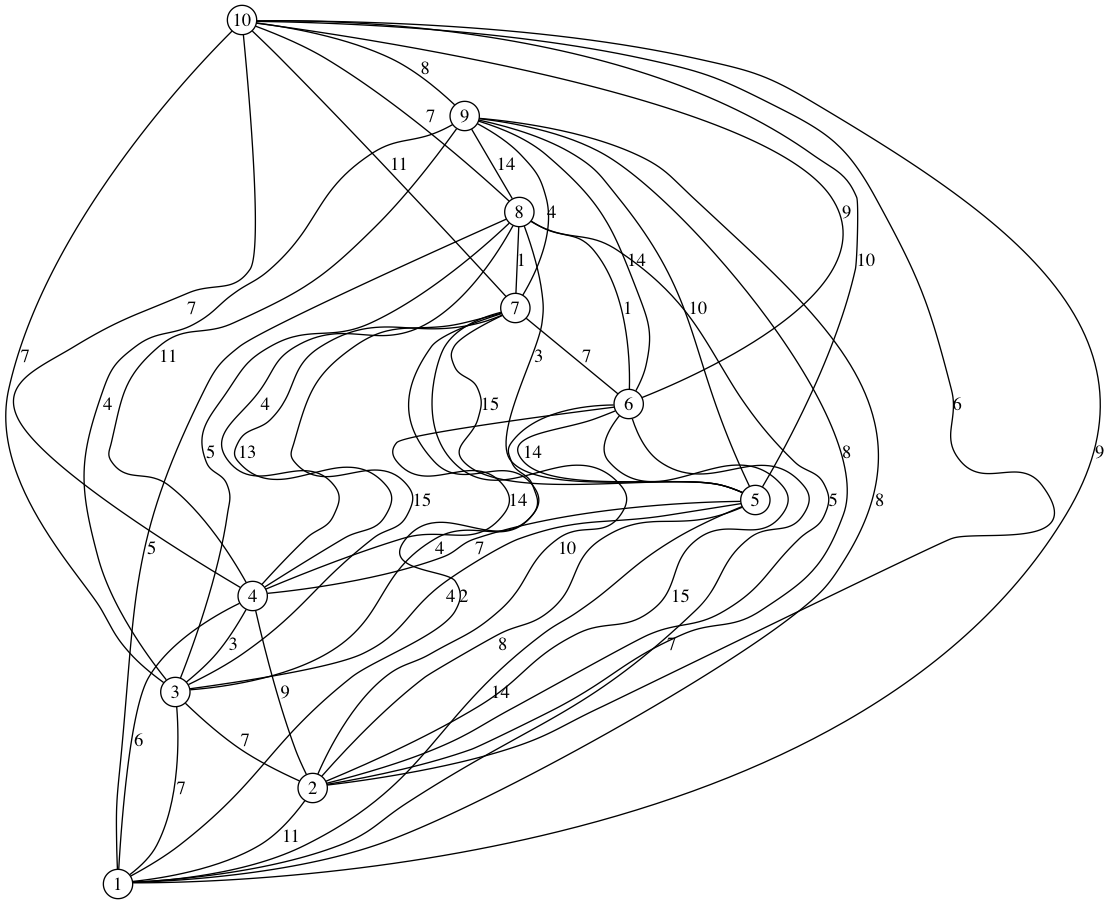
Above: graph.png in yuichiro12/GraphGenerator (Graphviz), before the change. Its source is kept beside it as graph.dot.
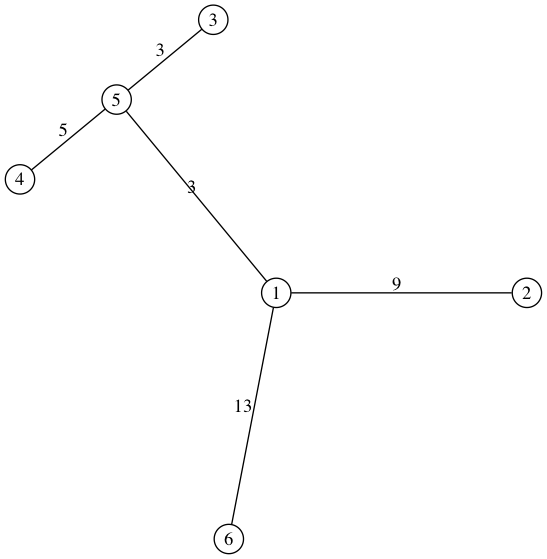
After the change.

Commit message:
add generated graph image on the panel

What changed in the source:
```diff
@@ -1,5 +1,5 @@
 graph {
-	graph [shape = dot, splines = true];
+	graph [splines = true];
 	edge [arrowsize = 0.5, arrowhead = vee];
 	node [shape = circle, fixedsize = true,  width = 0.3];
 	1 [label = 1];
@@ -8,53 +8,9 @@
 	4 [label = 4];
 	5 [label = 5];
 	6 [label = 6];
-	7 [label = 7];
-	8 [label = 8];
-	9 [label = 9];
-	10 [label = 10];
-	2 -- 1 [label = 11, weight = 0];
-	3 -- 1 [label = 7, weight = 0];
-	3 -- 2 [label = 7, weight = 0];
-	4 -- 1 [label = 6, weight = 0];
-	4 -- 2 [label = 9, weight = 0];
-	4 -- 3 [label = 3, weight = 0];
-	5 -- 1 [label = 14, weight = 0];
-	5 -- 2 [label = 8, weight = 0];
-	5 -- 3 [label = 4, weight = 0];
-	5 -- 4 [label = 7, weight = 0];
-	6 -- 1 [label = 7, weight = 0];
-	6 -- 2 [label = 15, weight = 0];
-	6 -- 3 [label = 4, weight = 0];
-	6 -- 4 [label = 14, weight = 0];
-	6 -- 5 [label = 14, weight = 0];
-	7 -- 1 [label = 2, weight = 0];
-	7 -- 2 [label = 10, weight = 0];
-	7 -- 3 [label = 15, weight = 0];
-	7 -- 4 [label = 13, weight = 0];
-	7 -- 5 [label = 15, weight = 0];
-	7 -- 6 [label = 7, weight = 0];
-	8 -- 1 [label = 5, weight = 0];
-	8 -- 2 [label = 5, weight = 0];
-	8 -- 3 [label = 5, weight = 0];
-	8 -- 4 [label = 4, weight = 0];
-	8 -- 5 [label = 3, weight = 0];
-	8 -- 6 [label = 1, weight = 1];
-	8 -- 7 [label = 1, weight = 1];
-	9 -- 1 [label = 8, weight = 0];
-	9 -- 2 [label = 8, weight = 0];
-	9 -- 3 [label = 4, weight = 0];
-	9 -- 4 [label = 11, weight = 0];
-	9 -- 5 [label = 10, weight = 0];
-	9 -- 6 [label = 14, weight = 0];
-	9 -- 7 [label = 4, weight = 0];
-	9 -- 8 [label = 14, weight = 0];
-	10 -- 1 [label = 9, weight = 0];
-	10 -- 2 [label = 6, weight = 0];
-	10 -- 3 [label = 7, weight = 0];
-	10 -- 4 [label = 7, weight = 0];
-	10 -- 5 [label = 10, weight = 0];
-	10 -- 6 [label = 9, weight = 0];
-	10 -- 7 [label = 11, weight = 0];
-	10 -- 8 [label = 7, weight = 0];
-	10 -- 9 [label = 8, weight = 0];
+	1 -- 5 [label = 3, weight = 0];
+	5 -- 4 [label = 5, weight = 0];
+	5 -- 3 [label = 3, weight = 0];
+	1 -- 6 [label = 13, weight = 0];
+	1 -- 2 [label = 9, weight = 0];
 }
```
